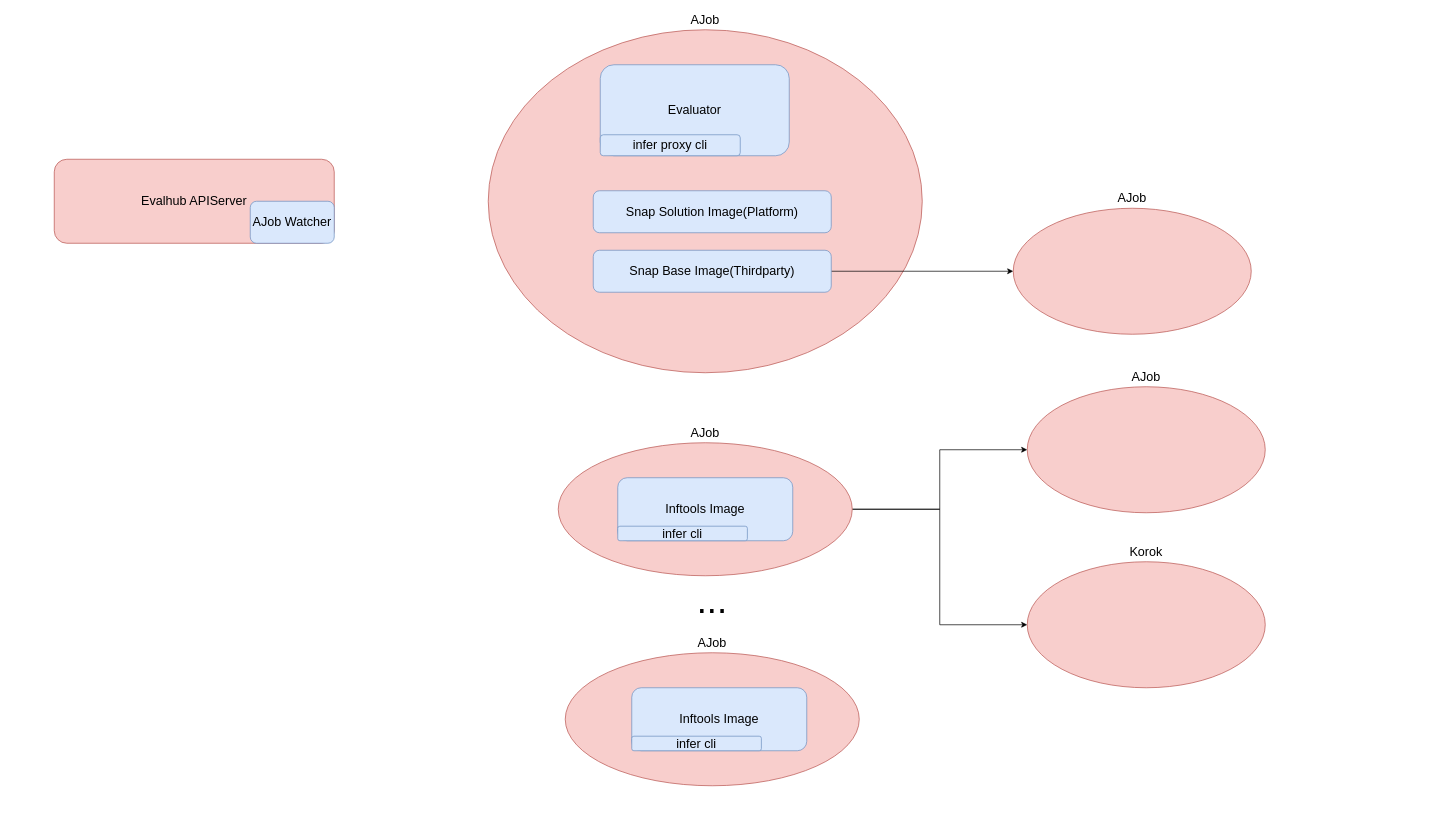
Before: 评测任务.drawio in zhongshangwu/draw.io, a draw.io diagram. Source tidied: cells renumbered, new cells numbered last; positions are measured from the earlier drawing's top-left corner, leaving out a move shared by most shapes. Both pictures are drawn from the tidied source at 70%, with x=0, y=0 at pixel (54, 29).
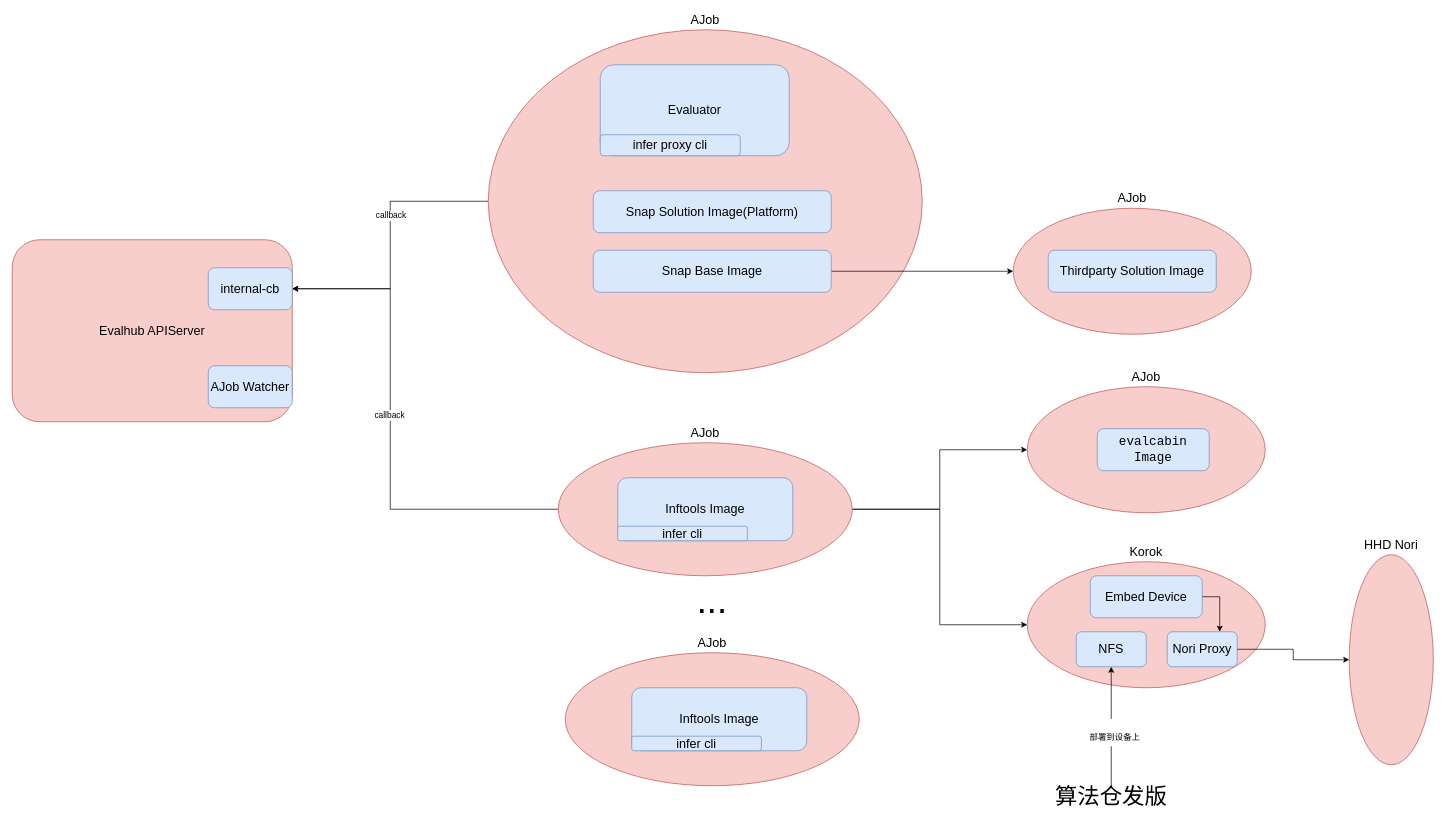
Above is the later version.

Commit message:
更新评测任务.drawio

The change refers to these unchanged cells:
```xml
<mxCell id="2" value="&lt;font style=&quot;font-size: 18px;&quot;&gt;AJob&lt;/font&gt;" style="ellipse;whiteSpace=wrap;html=1;labelPosition=center;verticalLabelPosition=top;align=center;verticalAlign=bottom;fillColor=#f8cecc;strokeColor=#b85450;fontSize=18;" parent="1" vertex="1">
  <mxGeometry x="620" width="620" height="490" as="geometry" />
</mxCell>
<mxCell id="16" value="&lt;font style=&quot;font-size: 18px;&quot;&gt;AJob&lt;/font&gt;" style="ellipse;whiteSpace=wrap;html=1;labelPosition=center;verticalLabelPosition=top;align=center;verticalAlign=bottom;fillColor=#f8cecc;strokeColor=#b85450;fontSize=18;" parent="1" vertex="1">
  <mxGeometry x="720" y="590" width="420" height="190" as="geometry" />
</mxCell>
```

Diff of the diagram source:
```diff
@@
+    <mxCell id="25" style="edgeStyle=orthogonalEdgeStyle;rounded=0;jettySize=auto;html=1;exitX=0;exitY=0.5;exitDx=0;exitDy=0;entryX=1;entryY=0.5;entryDx=0;entryDy=0;fontSize=52;" parent="1" edge="1" source="2" target="29">
+      <mxGeometry relative="1" as="geometry" />
+    </mxCell>
+    <mxCell id="26" value="callback" style="edgeLabel;html=1;align=center;verticalAlign=middle;fontSize=12;" parent="25" vertex="1">
+      <mxGeometry x="-0.21" relative="1" as="geometry" />
+    </mxCell>
@@
     <mxCell id="3" value="Evalhub APIServer" style="rounded=1;whiteSpace=wrap;html=1;fillColor=#f8cecc;strokeColor=#b85450;fontSize=18;" parent="1" vertex="1">
-      <mxGeometry y="185" width="400" height="120" as="geometry" />
+      <mxGeometry x="-60" y="300" width="400" height="260" as="geometry" />
     </mxCell>
     <mxCell id="4" value="AJob Watcher" style="rounded=1;whiteSpace=wrap;html=1;fillColor=#dae8fc;strokeColor=#6c8ebf;fontSize=18;" parent="1" vertex="1">
-      <mxGeometry x="280" y="245" width="120" height="60" as="geometry" />
+      <mxGeometry x="220" y="480" width="120" height="60" as="geometry" />
     </mxCell>
@@
-    <mxCell id="10" value="Snap Base Image(Thirdparty)" style="rounded=1;whiteSpace=wrap;html=1;fillColor=#dae8fc;strokeColor=#6c8ebf;fontSize=18;" parent="1" vertex="1">
+    <mxCell id="10" value="Snap Base Image" style="rounded=1;whiteSpace=wrap;html=1;fillColor=#dae8fc;strokeColor=#6c8ebf;fontSize=18;" parent="1" vertex="1">
       <mxGeometry x="770" y="315" width="340" height="60" as="geometry" />
     </mxCell>
@@
+    <mxCell id="27" style="edgeStyle=orthogonalEdgeStyle;rounded=0;jettySize=auto;html=1;exitX=0;exitY=0.5;exitDx=0;exitDy=0;fontSize=52;entryX=1;entryY=0.5;entryDx=0;entryDy=0;" parent="1" edge="1" source="16" target="29">
+      <mxGeometry relative="1" as="geometry">
+        <Array as="points">
+          <mxPoint x="480" y="685" />
+          <mxPoint x="480" y="370" />
+        </Array>
+      </mxGeometry>
+    </mxCell>
+    <mxCell id="28" value="callback" style="edgeLabel;html=1;align=center;verticalAlign=middle;fontSize=12;" parent="27" vertex="1">
+      <mxGeometry x="0.08" y="2" relative="1" as="geometry" />
+    </mxCell>
@@
+    <mxCell id="29" value="internal-cb" style="rounded=1;whiteSpace=wrap;html=1;fillColor=#dae8fc;strokeColor=#6c8ebf;fontSize=18;" parent="1" vertex="1">
+      <mxGeometry x="220" y="340" width="120" height="60" as="geometry" />
+    </mxCell>
+    <mxCell id="30" style="group;" parent="1" vertex="1">
+      <mxGeometry x="1590" y="860" width="100" height="50" as="geometry" />
+    </mxCell>
+    <mxCell id="31" value="Nori Proxy" style="rounded=1;whiteSpace=wrap;html=1;fillColor=#dae8fc;strokeColor=#6c8ebf;fontSize=18;" parent="30" vertex="1">
+      <mxGeometry width="100" height="50" as="geometry" />
+    </mxCell>
+    <mxCell id="32" style="group;" parent="1" vertex="1">
+      <mxGeometry x="1480" y="780" width="160" height="60" as="geometry" />
+    </mxCell>
+    <mxCell id="33" value="Embed Device" style="rounded=1;whiteSpace=wrap;html=1;fillColor=#dae8fc;strokeColor=#6c8ebf;fontSize=18;" parent="32" vertex="1">
+      <mxGeometry width="160" height="60" as="geometry" />
+    </mxCell>
+    <mxCell id="34" value="&lt;font style=&quot;font-size: 18px;&quot;&gt;HHD Nori&lt;/font&gt;" style="ellipse;whiteSpace=wrap;html=1;labelPosition=center;verticalLabelPosition=top;align=center;verticalAlign=bottom;fillColor=#f8cecc;strokeColor=#b85450;fontSize=18;" parent="1" vertex="1">
+      <mxGeometry x="1850" y="750" width="120" height="300" as="geometry" />
+    </mxCell>
+    <mxCell id="35" style="edgeStyle=orthogonalEdgeStyle;rounded=0;jettySize=auto;html=1;exitX=1;exitY=0.5;exitDx=0;exitDy=0;fontSize=12;" parent="1" edge="1" source="31" target="34">
+      <mxGeometry relative="1" as="geometry" />
+    </mxCell>
+    <mxCell id="36" style="group;" parent="1" vertex="1">
+      <mxGeometry x="1490" y="570" width="160" height="60" as="geometry" />
+    </mxCell>
+    <mxCell id="37" value="&lt;code&gt;evalcabin Image&lt;/code&gt;" style="rounded=1;whiteSpace=wrap;html=1;fillColor=#dae8fc;strokeColor=#6c8ebf;fontSize=18;" parent="36" vertex="1">
+      <mxGeometry width="160" height="60" as="geometry" />
+    </mxCell>
+    <mxCell id="38" style="edgeStyle=orthogonalEdgeStyle;rounded=0;jettySize=auto;html=1;exitX=0.5;exitY=0;exitDx=0;exitDy=0;fontSize=32;entryX=0.5;entryY=1;entryDx=0;entryDy=0;" parent="1" edge="1" source="40" target="42">
+      <mxGeometry relative="1" as="geometry" />
+    </mxCell>
+    <mxCell id="39" value="&lt;font style=&quot;font-size: 12px;&quot;&gt;部署到设备上&lt;/font&gt;" style="edgeLabel;html=1;align=center;verticalAlign=middle;fontSize=32;" parent="38" vertex="1">
+      <mxGeometry x="-0.09" y="-4" relative="1" as="geometry" />
+    </mxCell>
+    <mxCell id="40" value="&lt;font style=&quot;font-size: 32px;&quot;&gt;算法仓发版&lt;/font&gt;" style="text;html=1;strokeColor=none;fillColor=none;align=center;verticalAlign=middle;whiteSpace=wrap;rounded=0;fontSize=12;" parent="1" vertex="1">
+      <mxGeometry x="1375" y="1080" width="270" height="30" as="geometry" />
+    </mxCell>
+    <mxCell id="41" style="group;" parent="1" vertex="1">
+      <mxGeometry x="1460" y="860" width="100" height="50" as="geometry" />
+    </mxCell>
+    <mxCell id="42" value="NFS" style="rounded=1;whiteSpace=wrap;html=1;fillColor=#dae8fc;strokeColor=#6c8ebf;fontSize=18;" parent="41" vertex="1">
+      <mxGeometry width="100" height="50" as="geometry" />
+    </mxCell>
+    <mxCell id="43" style="edgeStyle=orthogonalEdgeStyle;rounded=0;jettySize=auto;html=1;exitX=1;exitY=0.5;exitDx=0;exitDy=0;entryX=0.75;entryY=0;entryDx=0;entryDy=0;fontSize=32;" parent="1" edge="1" source="33" target="31">
+      <mxGeometry relative="1" as="geometry" />
+    </mxCell>
+    <mxCell id="44" value="Thirdparty Solution Image" style="rounded=1;whiteSpace=wrap;html=1;fillColor=#dae8fc;strokeColor=#6c8ebf;fontSize=18;" parent="1" vertex="1">
+      <mxGeometry x="1420" y="315" width="240" height="60" as="geometry" />
+    </mxCell>
```
